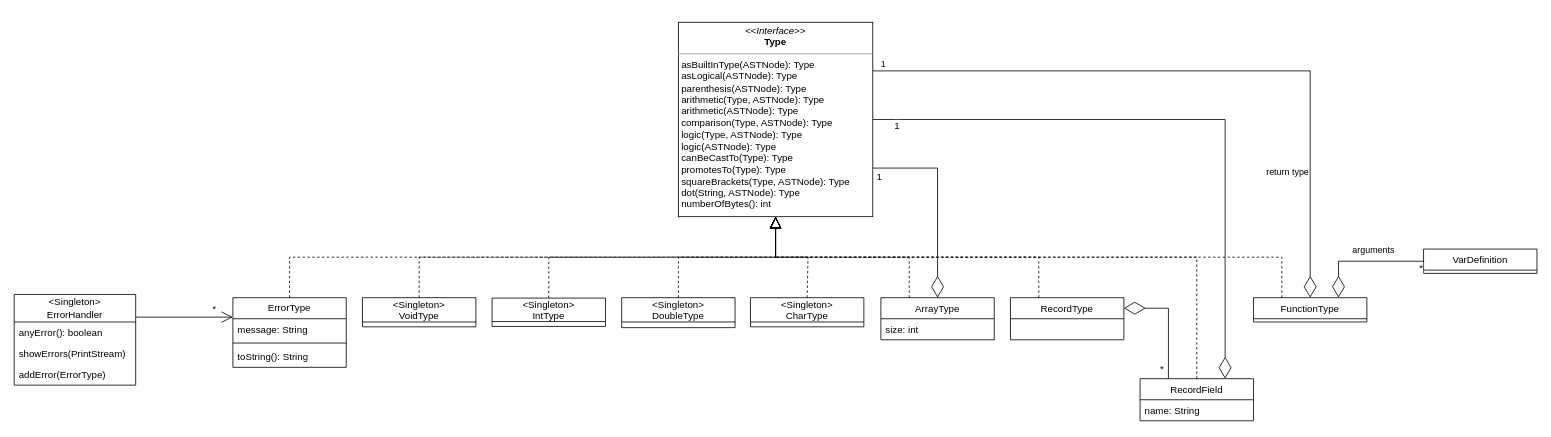
adrimr02/DLP keeps this draw.io diagram as page "Tipos" (4 of 5) of Lenguaje.drawio. Above is the earlier version. Source tidied: cells renumbered, new cells numbered last; positions are measured from the earlier drawing's top-left corner, leaving out a move shared by most shapes. Both pictures are drawn from the tidied source at 81%, with x=0, y=0 at pixel (14, 22).
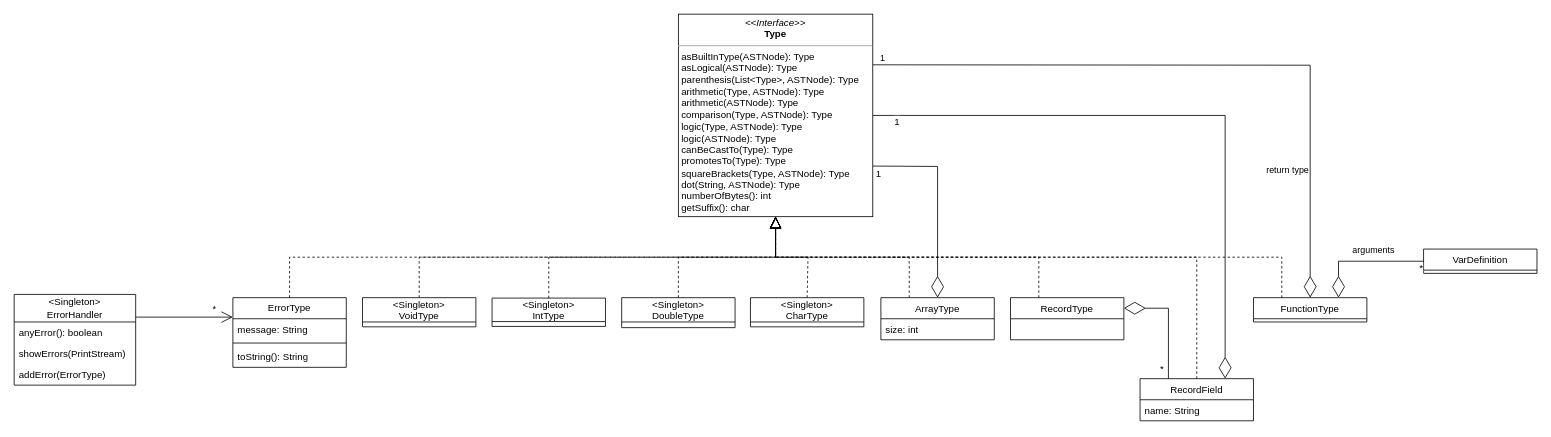
The same diagram, later.

Unchanged cells that the change refers to:
```xml
<mxCell id="5" value="ArrayType" style="swimlane;fontStyle=0;horizontal=1;startSize=26;fillColor=none;" parent="1" vertex="1">
  <mxGeometry x="1070" y="340" width="140" height="52" as="geometry" />
</mxCell>
<mxCell id="17" value="RecordField" style="swimlane;fontStyle=0;horizontal=1;startSize=26;fillColor=none;fontSize=12;" parent="1" vertex="1">
  <mxGeometry x="1390" y="440" width="140" height="52" as="geometry" />
</mxCell>
<mxCell id="23" value="FunctionType" style="swimlane;fontStyle=0;horizontal=1;startSize=26;fillColor=none;fontSize=12;" parent="1" vertex="1">
  <mxGeometry x="1530" y="340" width="140" height="30" as="geometry" />
</mxCell>
```

What changed in the source:
```diff
@@
     <mxCell id="7" style="endArrow=diamondThin;endFill=0;endSize=24;html=1;rounded=0;entryX=0.5;entryY=0;entryDx=0;entryDy=0;exitX=1;exitY=0.75;exitDx=0;exitDy=0;" parent="1" edge="1" source="44" target="5">
       <mxGeometry relative="1" as="geometry">
         <Array as="points">
-          <mxPoint x="1140" y="180" />
+          <mxPoint x="1140" y="178" />
         </Array>
       </mxGeometry>
     </mxCell>
@@
     <mxCell id="21" style="endArrow=diamondThin;endFill=0;endSize=24;html=1;rounded=0;strokeWidth=1;fontSize=12;entryX=0.75;entryY=0;entryDx=0;entryDy=0;exitX=1;exitY=0.5;exitDx=0;exitDy=0;" parent="1" edge="1" source="44" target="17">
       <mxGeometry relative="1" as="geometry">
         <Array as="points">
-          <mxPoint x="1495" y="120" />
+          <mxPoint x="1495" y="115" />
         </Array>
       </mxGeometry>
     </mxCell>
@@
     <mxCell id="29" style="endArrow=diamondThin;endFill=0;endSize=24;html=1;rounded=0;entryX=0.5;entryY=0;entryDx=0;entryDy=0;exitX=1;exitY=0.25;exitDx=0;exitDy=0;" parent="1" edge="1" source="44" target="23">
       <mxGeometry relative="1" as="geometry">
         <Array as="points">
-          <mxPoint x="1600" y="60" />
+          <mxPoint x="1600" y="53" />
         </Array>
       </mxGeometry>
     </mxCell>
@@
-    <mxCell id="44" value="&lt;p style=&quot;margin:0px;margin-top:4px;text-align:center;&quot;&gt;&lt;i&gt;&amp;lt;&amp;lt;Interface&amp;gt;&amp;gt;&lt;/i&gt;&lt;br&gt;&lt;b&gt;Type&lt;/b&gt;&lt;/p&gt;&lt;hr size=&quot;1&quot;&gt;&lt;p style=&quot;margin:0px;margin-left:4px;&quot;&gt;asBuiltInType(ASTNode): Type&lt;/p&gt;&lt;p style=&quot;margin:0px;margin-left:4px;&quot;&gt;asLogical(ASTNode): Type&lt;/p&gt;&lt;p style=&quot;margin:0px;margin-left:4px;&quot;&gt;parenthesis(ASTNode): Type&lt;/p&gt;&lt;p style=&quot;margin:0px;margin-left:4px;&quot;&gt;arithmetic(Type, ASTNode): Type&lt;/p&gt;&lt;p style=&quot;margin:0px;margin-left:4px;&quot;&gt;arithmetic(ASTNode): Type&lt;/p&gt;&lt;p style=&quot;margin:0px;margin-left:4px;&quot;&gt;comparison(Type, ASTNode): Type&lt;/p&gt;&lt;p style=&quot;margin:0px;margin-left:4px;&quot;&gt;logic(Type, ASTNode): Type&lt;/p&gt;&lt;p style=&quot;margin:0px;margin-left:4px;&quot;&gt;logic(ASTNode): Type&lt;/p&gt;&lt;p style=&quot;margin:0px;margin-left:4px;&quot;&gt;canBeCastTo(Type): Type&lt;/p&gt;&lt;p style=&quot;margin:0px;margin-left:4px;&quot;&gt;promotesTo(Type): Type&lt;/p&gt;&lt;p style=&quot;margin:0px;margin-left:4px;&quot;&gt;squareBrackets(Type, ASTNode): Type&lt;/p&gt;&lt;p style=&quot;margin:0px;margin-left:4px;&quot;&gt;dot(String, ASTNode): Type&lt;/p&gt;&lt;p style=&quot;margin:0px;margin-left:4px;&quot;&gt;numberOfBytes(): int&lt;/p&gt;" style="verticalAlign=top;align=left;overflow=fill;fontSize=12;fontFamily=Helvetica;html=1;whiteSpace=wrap;" parent="1" vertex="1">
-      <mxGeometry x="820" width="240" height="240" as="geometry" />
+    <mxCell id="44" value="&lt;p style=&quot;margin:0px;margin-top:4px;text-align:center;&quot;&gt;&lt;i&gt;&amp;lt;&amp;lt;Interface&amp;gt;&amp;gt;&lt;/i&gt;&lt;br&gt;&lt;b&gt;Type&lt;/b&gt;&lt;/p&gt;&lt;hr size=&quot;1&quot;&gt;&lt;p style=&quot;margin:0px;margin-left:4px;&quot;&gt;asBuiltInType(ASTNode): Type&lt;/p&gt;&lt;p style=&quot;margin:0px;margin-left:4px;&quot;&gt;asLogical(ASTNode): Type&lt;/p&gt;&lt;p style=&quot;margin:0px;margin-left:4px;&quot;&gt;parenthesis(List&amp;lt;Type&amp;gt;, ASTNode): Type&lt;/p&gt;&lt;p style=&quot;margin:0px;margin-left:4px;&quot;&gt;arithmetic(Type, ASTNode): Type&lt;/p&gt;&lt;p style=&quot;margin:0px;margin-left:4px;&quot;&gt;arithmetic(ASTNode): Type&lt;/p&gt;&lt;p style=&quot;margin:0px;margin-left:4px;&quot;&gt;comparison(Type, ASTNode): Type&lt;/p&gt;&lt;p style=&quot;margin:0px;margin-left:4px;&quot;&gt;logic(Type, ASTNode): Type&lt;/p&gt;&lt;p style=&quot;margin:0px;margin-left:4px;&quot;&gt;logic(ASTNode): Type&lt;/p&gt;&lt;p style=&quot;margin:0px;margin-left:4px;&quot;&gt;canBeCastTo(Type): Type&lt;/p&gt;&lt;p style=&quot;margin:0px;margin-left:4px;&quot;&gt;promotesTo(Type): Type&lt;/p&gt;&lt;p style=&quot;margin:0px;margin-left:4px;&quot;&gt;squareBrackets(Type, ASTNode): Type&lt;/p&gt;&lt;p style=&quot;margin:0px;margin-left:4px;&quot;&gt;dot(String, ASTNode): Type&lt;/p&gt;&lt;p style=&quot;margin:0px;margin-left:4px;&quot;&gt;numberOfBytes(): int&lt;/p&gt;&lt;p style=&quot;margin:0px;margin-left:4px;&quot;&gt;getSuffix(): char&lt;/p&gt;" style="verticalAlign=top;align=left;overflow=fill;fontSize=12;fontFamily=Helvetica;html=1;whiteSpace=wrap;" parent="1" vertex="1">
+      <mxGeometry x="820" y="-10" width="240" height="250" as="geometry" />
     </mxCell>
```
